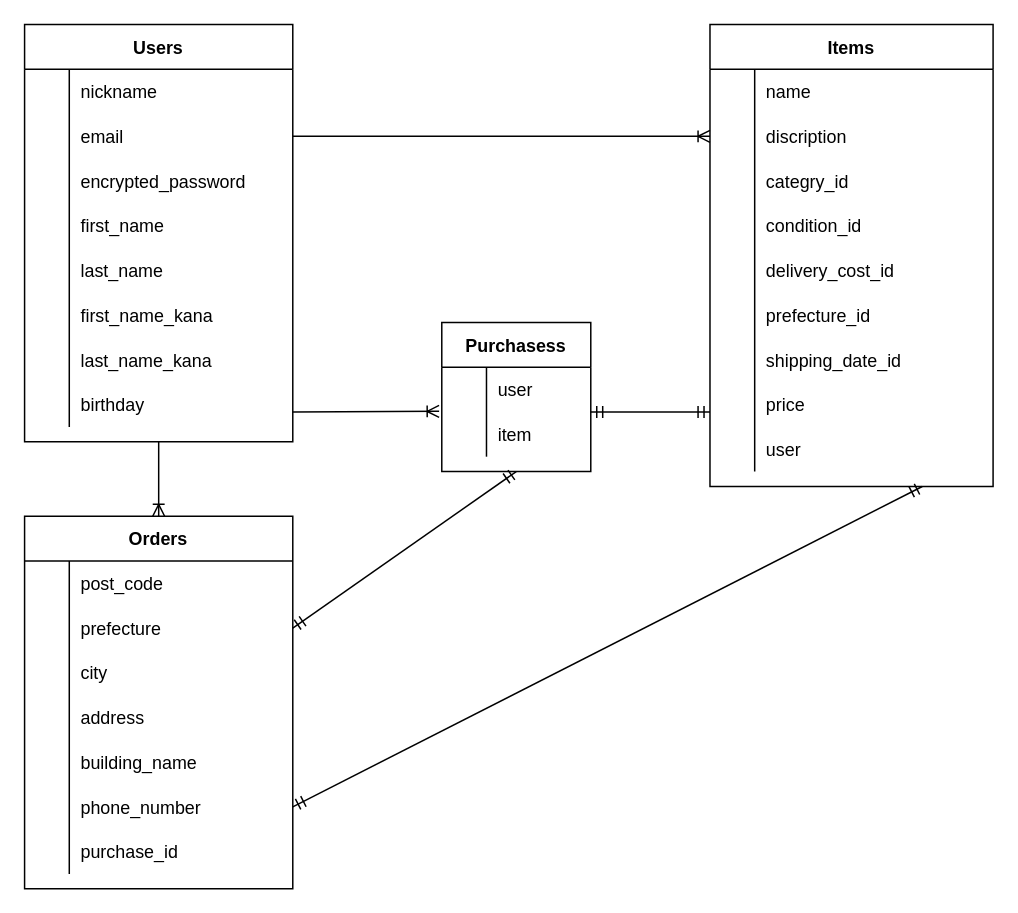
Before: furima.dio in 3tyuuyuu0117/furima-38463, a draw.io diagram. Source tidied: cells renumbered, new cells numbered last; positions are measured from the earlier drawing's top-left corner, leaving out a move shared by most shapes. Both pictures are drawn from the tidied source at 149%, with x=0, y=0 at pixel (24, 24).
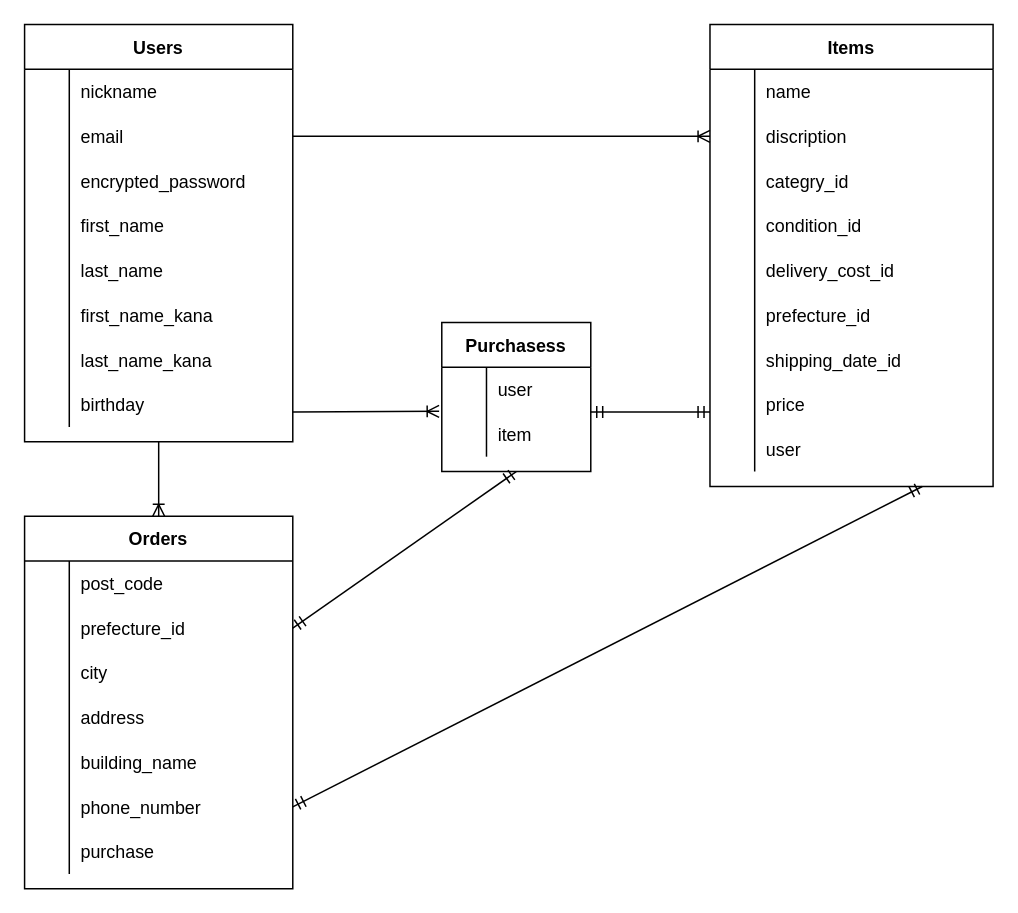
Above is the later version.

Unchanged cells that the change refers to:
```xml
<mxCell id="59" style="shape=partialRectangle;fillColor=none;top=0;left=0;bottom=0;right=0;points=[[0,0.5],[1,0.5]];portConstraint=eastwest;" parent="55" vertex="1">
  <mxGeometry y="60" width="180" height="30" as="geometry" />
</mxCell>
<mxCell id="74" style="shape=partialRectangle;fillColor=none;top=0;left=0;bottom=0;right=0;" parent="55" vertex="1">
  <mxGeometry y="210" width="180" height="30" as="geometry" />
</mxCell>
```

Diff of the diagram source:
```diff
@@
-    <mxCell id="61" value="prefecture" style="shape=partialRectangle;fillColor=none;top=0;left=0;bottom=0;right=0;align=left;spacingLeft=6;overflow=hidden;" parent="59" vertex="1">
+    <mxCell id="61" value="prefecture_id" style="shape=partialRectangle;fillColor=none;top=0;left=0;bottom=0;right=0;align=left;spacingLeft=6;overflow=hidden;" parent="59" vertex="1">
       <mxGeometry x="30" width="150" height="30" as="geometry" />
     </mxCell>
@@
-    <mxCell id="76" value="purchase_id" style="shape=partialRectangle;fillColor=none;top=0;left=0;bottom=0;right=0;align=left;spacingLeft=6;overflow=hidden;" parent="74" vertex="1">
+    <mxCell id="76" value="purchase" style="shape=partialRectangle;fillColor=none;top=0;left=0;bottom=0;right=0;align=left;spacingLeft=6;overflow=hidden;" parent="74" vertex="1">
       <mxGeometry x="30" width="150" height="30" as="geometry" />
     </mxCell>
```
